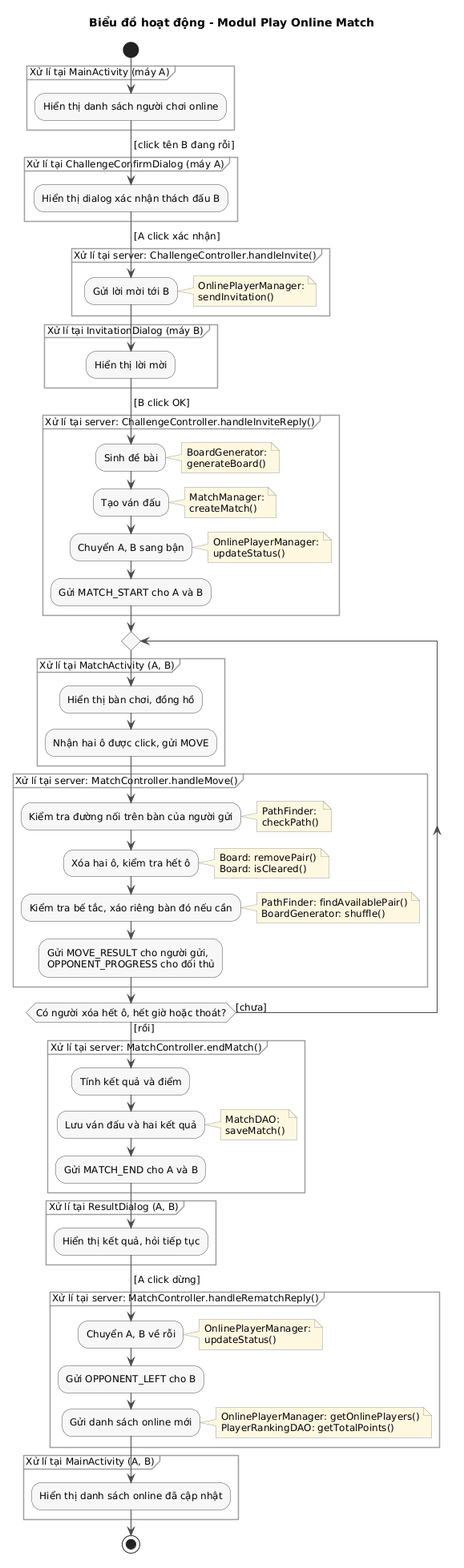
VattenL/mobile-pikachu keeps this PlantUML diagram as docs/uml/pha3/activity-m3.png. Above is the earlier version.
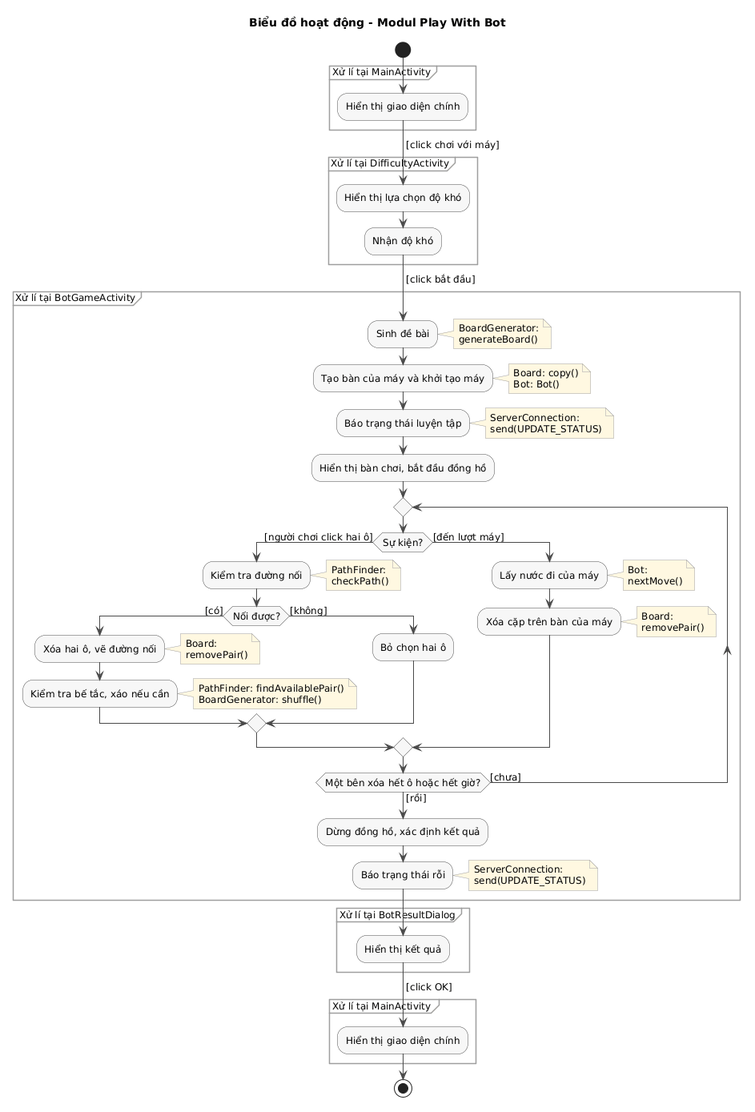
The same file after the commit.

Diff of the diagram source:
```diff
@@ -1,5 +1,5 @@
 @startuml
-title Biểu đồ hoạt động - Modul Play Online Match
+title Biểu đồ hoạt động - Modul Play With Bot
 
 skinparam shadowing false
 skinparam defaultFontSize 12
@@ -17,65 +17,52 @@
 }
 
 start
-partition "Xử lí tại MainActivity (máy A)" {
-  :Hiển thị danh sách người chơi online;
+partition "Xử lí tại MainActivity" {
+  :Hiển thị giao diện chính;
 }
-->[click tên B đang rỗi];
-partition "Xử lí tại ChallengeConfirmDialog (máy A)" {
-  :Hiển thị dialog xác nhận thách đấu B;
+->[click chơi với máy];
+partition "Xử lí tại DifficultyActivity" {
+  :Hiển thị lựa chọn độ khó;
+  :Nhận độ khó;
 }
-->[A click xác nhận];
-partition "Xử lí tại server: ChallengeController.handleInvite()" {
-  :Gửi lời mời tới B;
-  note right: OnlinePlayerManager:\nsendInvitation()
-}
-partition "Xử lí tại InvitationDialog (máy B)" {
-  :Hiển thị lời mời;
-}
-->[B click OK];
-partition "Xử lí tại server: ChallengeController.handleInviteReply()" {
+->[click bắt đầu];
+partition "Xử lí tại BotGameActivity" {
   :Sinh đề bài;
   note right: BoardGenerator:\ngenerateBoard()
-  :Tạo ván đấu;
-  note right: MatchManager:\ncreateMatch()
-  :Chuyển A, B sang bận;
-  note right: OnlinePlayerManager:\nupdateStatus()
-  :Gửi MATCH_START cho A và B;
+  :Tạo bàn của máy và khởi tạo máy;
+  note right: Board: copy()\nBot: Bot()
+  :Báo trạng thái luyện tập;
+  note right: ServerConnection:\nsend(UPDATE_STATUS)
+  :Hiển thị bàn chơi, bắt đầu đồng hồ;
+  repeat
+    if (Sự kiện?) then ([người chơi click hai ô])
+      :Kiểm tra đường nối;
+      note right: PathFinder:\ncheckPath()
+      if (Nối được?) then ([có])
+        :Xóa hai ô, vẽ đường nối;
+        note right: Board:\nremovePair()
+        :Kiểm tra bế tắc, xáo nếu cần;
+        note right: PathFinder: findAvailablePair()\nBoardGenerator: shuffle()
+      else ([không])
+        :Bỏ chọn hai ô;
+      endif
+    else ([đến lượt máy])
+      :Lấy nước đi của máy;
+      note right: Bot:\nnextMove()
+      :Xóa cặp trên bàn của máy;
+      note right: Board:\nremovePair()
+    endif
+  repeat while (Một bên xóa hết ô hoặc hết giờ?) is ([chưa]) not ([rồi])
+  :Dừng đồng hồ, xác định kết quả;
+  :Báo trạng thái rỗi;
+  note right: ServerConnection:\nsend(UPDATE_STATUS)
 }
-repeat
-  partition "Xử lí tại MatchActivity (A, B)" {
-    :Hiển thị bàn chơi, đồng hồ;
-    :Nhận hai ô được click, gửi MOVE;
-  }
-  partition "Xử lí tại server: MatchController.handleMove()" {
-    :Kiểm tra đường nối trên bàn của người gửi;
-    note right: PathFinder:\ncheckPath()
-    :Xóa hai ô, kiểm tra hết ô;
-    note right: Board: removePair()\nBoard: isCleared()
-    :Kiểm tra bế tắc, xáo riêng bàn đó nếu cần;
-    note right: PathFinder: findAvailablePair()\nBoardGenerator: shuffle()
-    :Gửi MOVE_RESULT cho người gửi,\nOPPONENT_PROGRESS cho đối thủ;
-  }
-repeat while (Có người xóa hết ô, hết giờ hoặc thoát?) is ([chưa]) not ([rồi])
-partition "Xử lí tại server: MatchController.endMatch()" {
-  :Tính kết quả và điểm;
-  :Lưu ván đấu và hai kết quả;
-  note right: MatchDAO:\nsaveMatch()
-  :Gửi MATCH_END cho A và B;
+partition "Xử lí tại BotResultDialog" {
+  :Hiển thị kết quả;
 }
-partition "Xử lí tại ResultDialog (A, B)" {
-  :Hiển thị kết quả, hỏi tiếp tục;
-}
-->[A click dừng];
-partition "Xử lí tại server: MatchController.handleRematchReply()" {
-  :Chuyển A, B về rỗi;
-  note right: OnlinePlayerManager:\nupdateStatus()
-  :Gửi OPPONENT_LEFT cho B;
-  :Gửi danh sách online mới;
-  note right: OnlinePlayerManager: getOnlinePlayers()\nPlayerRankingDAO: getTotalPoints()
-}
-partition "Xử lí tại MainActivity (A, B)" {
-  :Hiển thị danh sách online đã cập nhật;
+->[click OK];
+partition "Xử lí tại MainActivity " {
+  :Hiển thị giao diện chính;
 }
 stop
 @enduml
```
